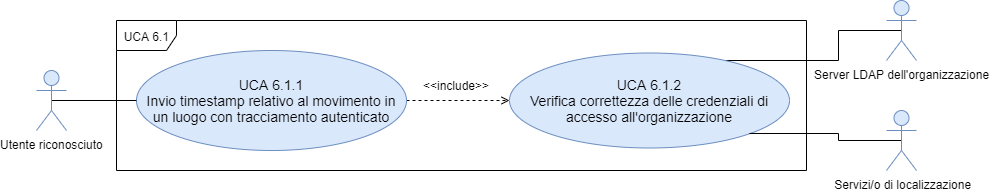
This is DocumentazioneEsterna/AnalisiRequisiti/sezioni/UseCase/Immagini/UCA6.1.png from qb-team/Stalker-Documentazione, a draw.io export, as it was before one commit. Source tidied: cells renumbered, new cells last; positions are measured from the earlier drawing's top-left corner, leaving out a move shared by most shapes.
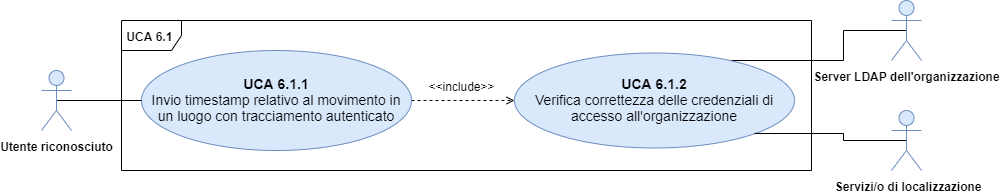
The same file after the commit.

Change to the diagram source:
```diff
@@ -2,13 +2,13 @@
   <root>
     <mxCell id="0" />
     <mxCell id="1" parent="0" />
-    <mxCell id="2" value="UCA 6.1&amp;nbsp;" style="shape=umlFrame;whiteSpace=wrap;html=1;" parent="1" vertex="1">
+    <mxCell id="2" value="&lt;b&gt;UCA 6.1&amp;nbsp;&lt;/b&gt;" style="shape=umlFrame;whiteSpace=wrap;html=1;" parent="1" vertex="1">
       <mxGeometry x="80" y="20" width="690" height="150" as="geometry" />
     </mxCell>
     <mxCell id="3" style="edgeStyle=orthogonalEdgeStyle;rounded=0;jettySize=auto;html=1;exitX=1;exitY=0.5;exitDx=0;exitDy=0;endArrow=open;endFill=0;dashed=1;" parent="1" edge="1" source="4" target="6">
       <mxGeometry relative="1" as="geometry" />
     </mxCell>
-    <mxCell id="4" value="&lt;font style=&quot;font-size: 14px&quot;&gt;UCA 6.1.1&lt;br&gt;Invio timestamp relativo al movimento in un luogo con tracciamento autenticato&lt;/font&gt;" style="ellipse;whiteSpace=wrap;html=1;fillColor=#dae8fc;strokeColor=#6c8ebf;" parent="1" vertex="1">
+    <mxCell id="4" value="&lt;font style=&quot;font-size: 14px&quot;&gt;&lt;b&gt;UCA 6.1.1&lt;/b&gt;&lt;br&gt;Invio timestamp relativo al movimento in un luogo con tracciamento autenticato&lt;/font&gt;" style="ellipse;whiteSpace=wrap;html=1;fillColor=#dae8fc;strokeColor=#6c8ebf;" parent="1" vertex="1">
       <mxGeometry x="100" y="50" width="270" height="100" as="geometry" />
     </mxCell>
     <mxCell id="5" style="edgeStyle=orthogonalEdgeStyle;rounded=0;jettySize=auto;html=1;entryX=0.5;entryY=0.5;entryDx=0;entryDy=0;entryPerimeter=0;endArrow=none;endFill=0;" parent="1" edge="1" source="6" target="12">
@@ -19,13 +19,13 @@
         </Array>
       </mxGeometry>
     </mxCell>
-    <mxCell id="6" value="&lt;span style=&quot;font-size: 14px&quot;&gt;UCA 6.1.2&lt;br&gt;Verifica correttezza delle credenziali di accesso all'organizzazione&lt;/span&gt;" style="ellipse;whiteSpace=wrap;html=1;fillColor=#dae8fc;strokeColor=#6c8ebf;" parent="1" vertex="1">
+    <mxCell id="6" value="&lt;span style=&quot;font-size: 14px&quot;&gt;&lt;b&gt;UCA 6.1.2&lt;br&gt;&lt;/b&gt;Verifica correttezza delle credenziali di accesso all'organizzazione&lt;/span&gt;" style="ellipse;whiteSpace=wrap;html=1;fillColor=#dae8fc;strokeColor=#6c8ebf;" parent="1" vertex="1">
       <mxGeometry x="473" y="52.5" width="280" height="95" as="geometry" />
     </mxCell>
     <mxCell id="7" style="edgeStyle=orthogonalEdgeStyle;rounded=0;jettySize=auto;html=1;entryX=0;entryY=0.5;entryDx=0;entryDy=0;exitX=0.5;exitY=0.5;exitDx=0;exitDy=0;exitPerimeter=0;endArrow=none;endFill=0;" parent="1" edge="1" source="8" target="4">
       <mxGeometry relative="1" as="geometry" />
     </mxCell>
-    <mxCell id="8" value="Utente riconosciuto" style="shape=umlActor;verticalLabelPosition=bottom;labelBackgroundColor=#ffffff;verticalAlign=top;html=1;outlineConnect=0;fillColor=#dae8fc;strokeColor=#6c8ebf;" parent="1" vertex="1">
+    <mxCell id="8" value="&lt;b&gt;Utente riconosciuto&lt;/b&gt;" style="shape=umlActor;verticalLabelPosition=bottom;labelBackgroundColor=#ffffff;verticalAlign=top;html=1;outlineConnect=0;fillColor=#dae8fc;strokeColor=#6c8ebf;" parent="1" vertex="1">
       <mxGeometry y="70" width="30" height="60" as="geometry" />
     </mxCell>
     <mxCell id="9" value="&amp;lt;&amp;lt;include&amp;gt;&amp;gt;" style="text;html=1;align=center;verticalAlign=middle;" parent="1" vertex="1">
@@ -34,10 +34,10 @@
     <mxCell id="10" style="edgeStyle=orthogonalEdgeStyle;rounded=0;jettySize=auto;html=1;entryX=1;entryY=1;entryDx=0;entryDy=0;endArrow=none;endFill=0;exitX=0.5;exitY=0.5;exitDx=0;exitDy=0;exitPerimeter=0;" parent="1" edge="1" source="11" target="6">
       <mxGeometry relative="1" as="geometry" />
     </mxCell>
-    <mxCell id="11" value="&amp;nbsp;Servizi/o di localizzazione" style="shape=umlActor;verticalLabelPosition=bottom;labelBackgroundColor=#ffffff;verticalAlign=top;html=1;outlineConnect=0;fillColor=#dae8fc;strokeColor=#6c8ebf;" parent="1" vertex="1">
+    <mxCell id="11" value="&lt;b&gt;&amp;nbsp;Servizi/o di localizzazione&lt;/b&gt;" style="shape=umlActor;verticalLabelPosition=bottom;labelBackgroundColor=#ffffff;verticalAlign=top;html=1;outlineConnect=0;fillColor=#dae8fc;strokeColor=#6c8ebf;" parent="1" vertex="1">
       <mxGeometry x="850" y="110" width="30" height="60" as="geometry" />
     </mxCell>
-    <mxCell id="12" value="Server LDAP dell'organizzazione" style="shape=umlActor;verticalLabelPosition=bottom;labelBackgroundColor=#ffffff;verticalAlign=top;html=1;outlineConnect=0;fillColor=#dae8fc;strokeColor=#6c8ebf;" parent="1" vertex="1">
+    <mxCell id="12" value="&lt;b&gt;Server LDAP dell'organizzazione&lt;/b&gt;" style="shape=umlActor;verticalLabelPosition=bottom;labelBackgroundColor=#ffffff;verticalAlign=top;html=1;outlineConnect=0;fillColor=#dae8fc;strokeColor=#6c8ebf;" parent="1" vertex="1">
       <mxGeometry x="850" width="30" height="60" as="geometry" />
     </mxCell>
   </root>
```
